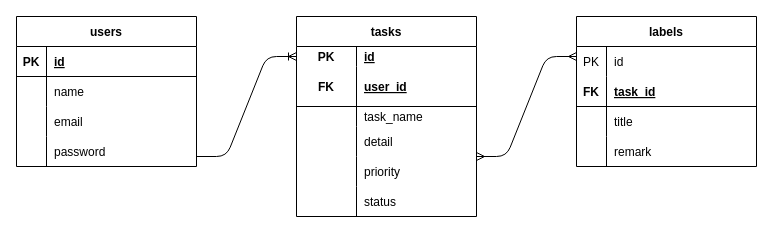
This is docs/er.dio from MinoriChikano/manyou_exam, a draw.io file, before an edit. Source tidied: cells renumbered, new cells numbered last; positions are measured from the earlier drawing's top-left corner, leaving out a move shared by most shapes. Both pictures are drawn from the tidied source at 100%, with x=0, y=0 at pixel (16, 16).
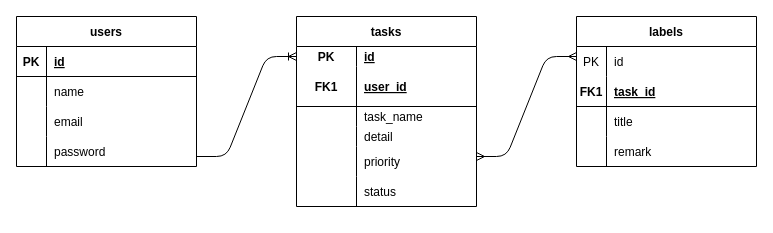
Above is the later version.

Commit message (it also covers changes not shown here):
er図追加とread.me訂正

Unchanged cells that the change refers to:
```xml
<mxCell id="19" style="shape=tableRow;horizontal=0;startSize=0;swimlaneHead=0;swimlaneBody=0;fillColor=none;top=0;left=0;right=0;bottom=1;rounded=0;" parent="15" vertex="1">
  <mxGeometry y="50" width="180" height="40" as="geometry" />
</mxCell>
<mxCell id="38" style="shape=tableRow;horizontal=0;startSize=0;swimlaneHead=0;swimlaneBody=0;fillColor=none;top=0;left=0;right=0;bottom=1;rounded=0;" parent="34" vertex="1">
  <mxGeometry y="60" width="180" height="30" as="geometry" />
</mxCell>
```

Diff of the diagram source:
```diff
@@
     <mxCell id="15" value="tasks" style="shape=table;startSize=30;childLayout=tableLayout;rowLines=0;fontStyle=1;align=center;rounded=0;" parent="1" vertex="1">
-      <mxGeometry x="280" width="180" height="200" as="geometry" />
+      <mxGeometry x="280" width="180" height="190" as="geometry" />
     </mxCell>
@@
-    <mxCell id="20" value="FK" style="shape=partialRectangle;fillColor=none;top=0;left=0;bottom=0;right=0;fontStyle=1;overflow=hidden;rounded=0;" parent="19" vertex="1">
+    <mxCell id="20" value="FK1" style="shape=partialRectangle;fillColor=none;top=0;left=0;bottom=0;right=0;fontStyle=1;overflow=hidden;rounded=0;" parent="19" vertex="1">
       <mxGeometry width="60" height="40" as="geometry" />
     </mxCell>
@@
     <mxCell id="25" style="shape=tableRow;horizontal=0;startSize=0;swimlaneHead=0;swimlaneBody=0;fillColor=none;top=0;left=0;right=0;bottom=0;rounded=0;" parent="15" vertex="1">
-      <mxGeometry y="110" width="180" height="30" as="geometry" />
+      <mxGeometry y="110" width="180" height="20" as="geometry" />
     </mxCell>
     <mxCell id="26" style="shape=partialRectangle;fillColor=none;top=0;left=0;bottom=0;right=0;overflow=hidden;rounded=0;" parent="25" vertex="1">
-      <mxGeometry width="60" height="30" as="geometry" />
+      <mxGeometry width="60" height="20" as="geometry" />
     </mxCell>
     <mxCell id="27" value="detail" style="shape=partialRectangle;fillColor=none;top=0;left=0;bottom=0;right=0;align=left;spacingLeft=6;overflow=hidden;rounded=0;" parent="25" vertex="1">
-      <mxGeometry x="60" width="120" height="30" as="geometry" />
+      <mxGeometry x="60" width="120" height="20" as="geometry" />
     </mxCell>
     <mxCell id="28" style="shape=tableRow;horizontal=0;startSize=0;swimlaneHead=0;swimlaneBody=0;fillColor=none;top=0;left=0;right=0;bottom=0;rounded=0;" parent="15" vertex="1">
-      <mxGeometry y="140" width="180" height="30" as="geometry" />
+      <mxGeometry y="130" width="180" height="30" as="geometry" />
     </mxCell>
@@
     <mxCell id="31" style="shape=tableRow;horizontal=0;startSize=0;swimlaneHead=0;swimlaneBody=0;fillColor=none;top=0;left=0;right=0;bottom=0;rounded=0;" parent="15" vertex="1">
-      <mxGeometry y="170" width="180" height="30" as="geometry" />
+      <mxGeometry y="160" width="180" height="30" as="geometry" />
     </mxCell>
@@
-    <mxCell id="39" value="FK" style="shape=partialRectangle;fillColor=none;top=0;left=0;bottom=0;right=0;fontStyle=1;overflow=hidden;rounded=0;" parent="38" vertex="1">
+    <mxCell id="39" value="FK1" style="shape=partialRectangle;fillColor=none;top=0;left=0;bottom=0;right=0;fontStyle=1;overflow=hidden;rounded=0;" parent="38" vertex="1">
       <mxGeometry width="30" height="30" as="geometry" />
     </mxCell>
```
